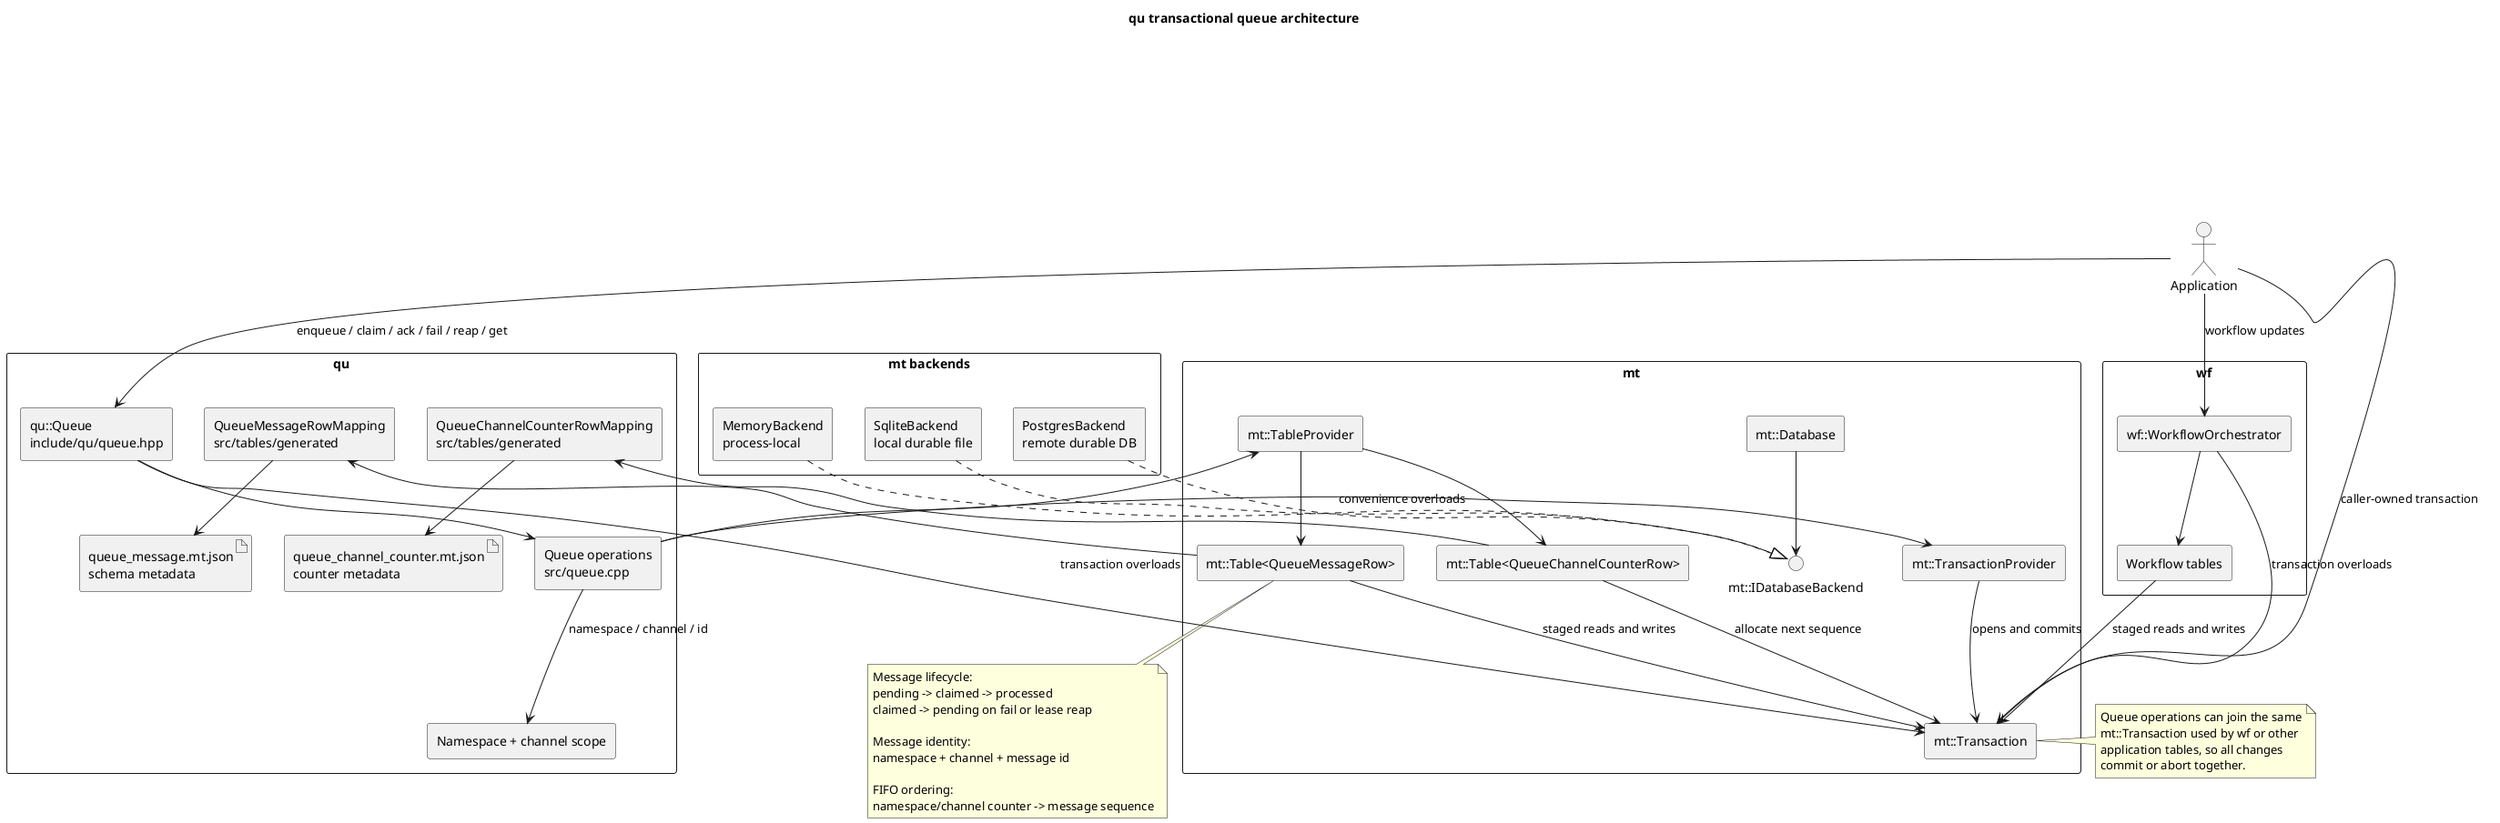
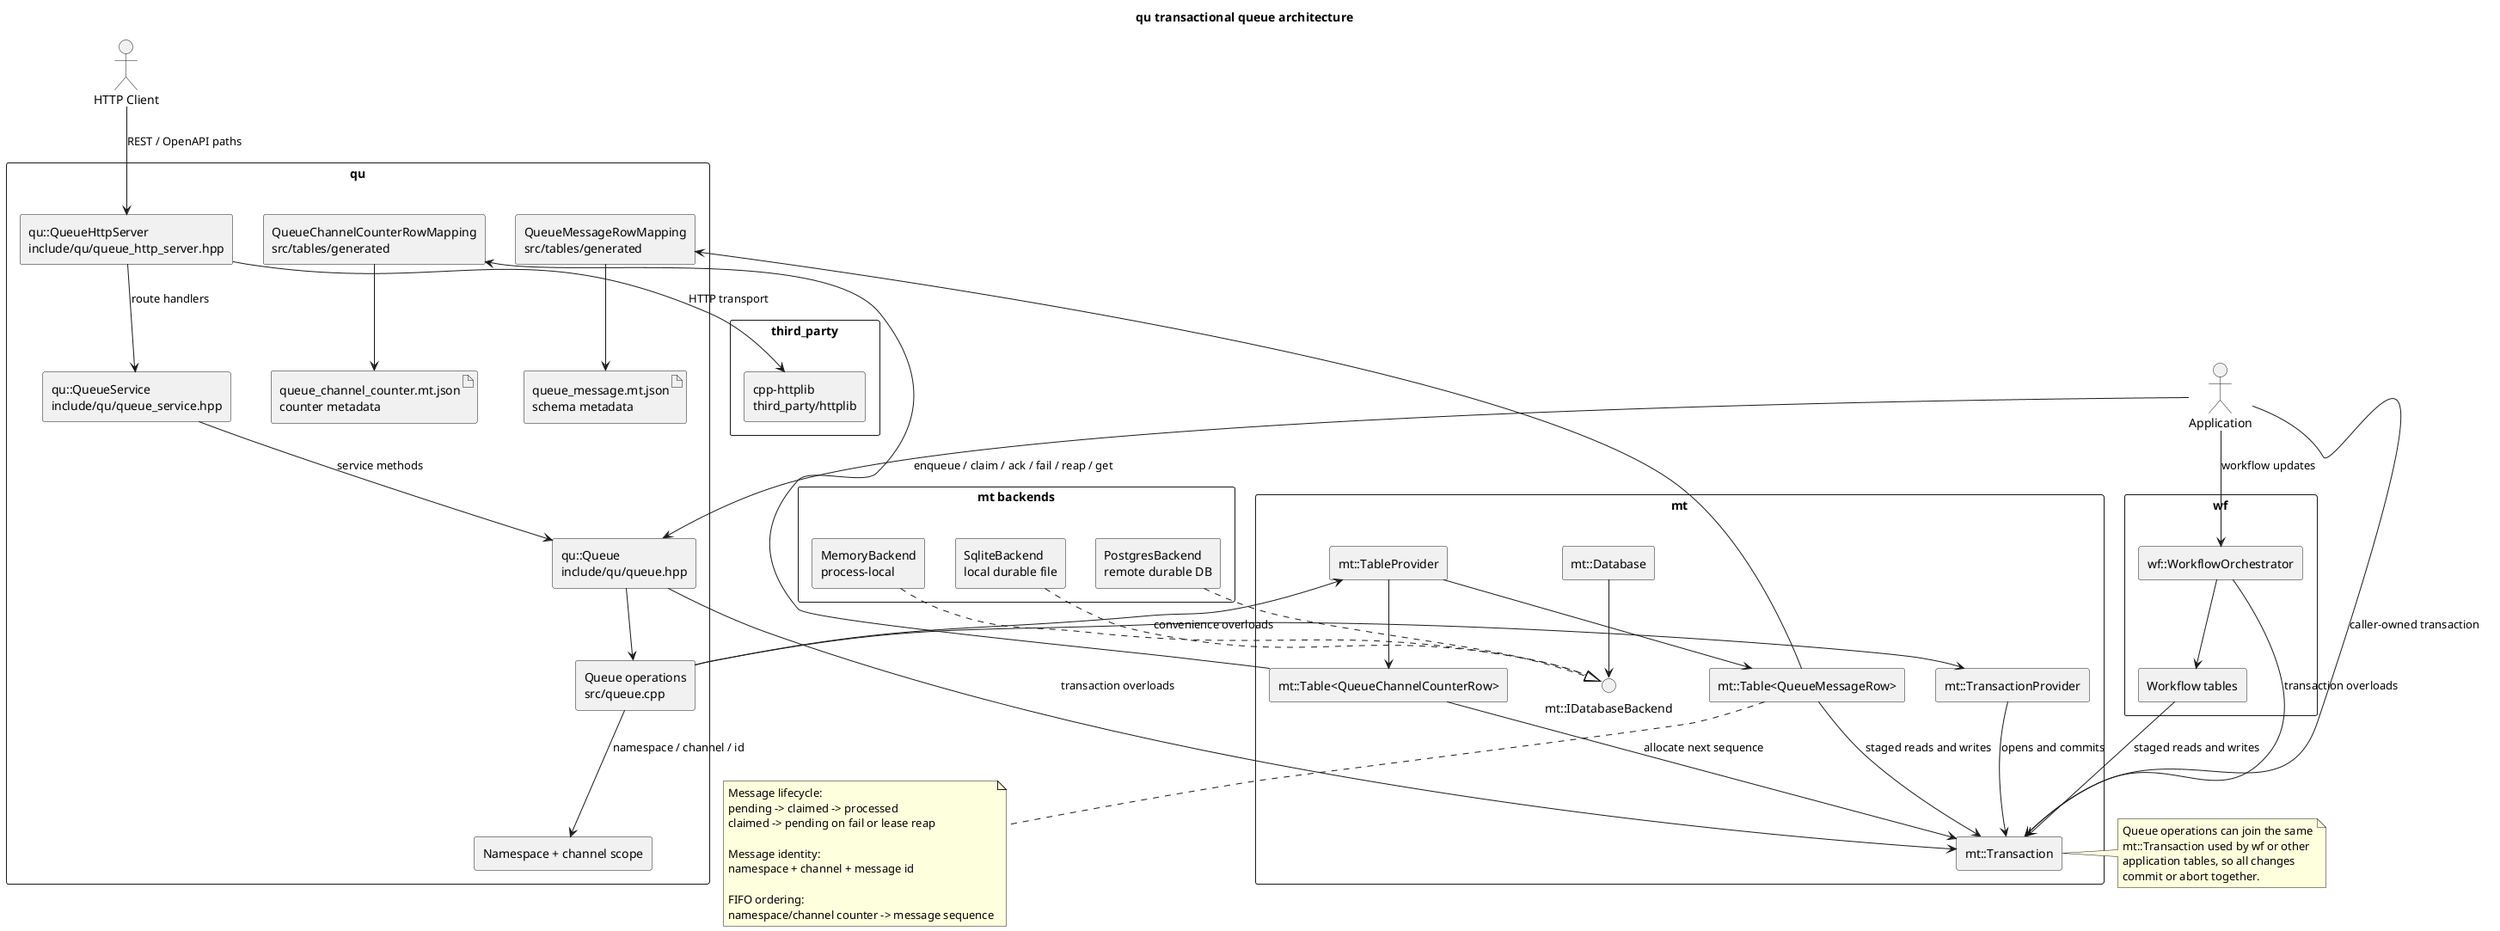
@startuml
title qu transactional queue architecture

skinparam componentStyle rectangle
skinparam shadowing false
skinparam packageStyle rectangle

actor "Application" as app
+ actor "HTTP Client" as httpClient

package "qu" {
+     component "qu::QueueHttpServer\ninclude/qu/queue_http_server.hpp" as httpServer
+     component "qu::QueueService\ninclude/qu/queue_service.hpp" as queueService
    component "qu::Queue\ninclude/qu/queue.hpp" as queue
    component "Queue operations\nsrc/queue.cpp" as ops
    component "Namespace + channel scope" as scope
    component "QueueMessageRowMapping\nsrc/tables/generated" as mapping
    component "QueueChannelCounterRowMapping\nsrc/tables/generated" as counterMapping
    artifact "queue_message.mt.json\nschema metadata" as schema
    artifact "queue_channel_counter.mt.json\ncounter metadata" as counterSchema
+ }
+ 
+ package "third_party" {
+     component "cpp-httplib\nthird_party/httplib" as httplib
}

package "wf" {
    component "wf::WorkflowOrchestrator" as orchestrator
    component "Workflow tables" as workflowTables
}

package "mt" {
    component "mt::Database" as database
    component "mt::TransactionProvider" as txs
    component "mt::Transaction" as tx
    component "mt::TableProvider" as tables
    component "mt::Table<QueueMessageRow>" as table
    component "mt::Table<QueueChannelCounterRow>" as counterTable
    interface "mt::IDatabaseBackend" as backend
}

package "mt backends" {
    component "MemoryBackend\nprocess-local" as memory
    component "SqliteBackend\nlocal durable file" as sqlite
    component "PostgresBackend\nremote durable DB" as postgres
}

database --> backend
memory ..|> backend
sqlite ..|> backend
postgres ..|> backend

app --> queue : enqueue / claim / ack / fail / reap / get
app --> orchestrator : workflow updates
+ httpClient --> httpServer : REST / OpenAPI paths

+ httpServer --> httplib : HTTP transport
+ httpServer --> queueService : route handlers
+ queueService --> queue : service methods
queue --> ops
ops --> scope : namespace / channel / id
ops --> txs : convenience overloads
txs --> tx : opens and commits
app --> tx : caller-owned transaction
queue --> tx : transaction overloads
orchestrator --> tx : transaction overloads

ops --> tables
tables --> table
tables --> counterTable
table --> mapping
counterTable --> counterMapping
mapping --> schema
counterMapping --> counterSchema
table --> tx : staged reads and writes
counterTable --> tx : allocate next sequence
orchestrator --> workflowTables
workflowTables --> tx : staged reads and writes

note right of tx
Queue operations can join the same
mt::Transaction used by wf or other
application tables, so all changes
commit or abort together.
end note

note bottom of table
Message lifecycle:
pending -> claimed -> processed
claimed -> pending on fail or lease reap

Message identity:
namespace + channel + message id

FIFO ordering:
namespace/channel counter -> message sequence
end note

@enduml
